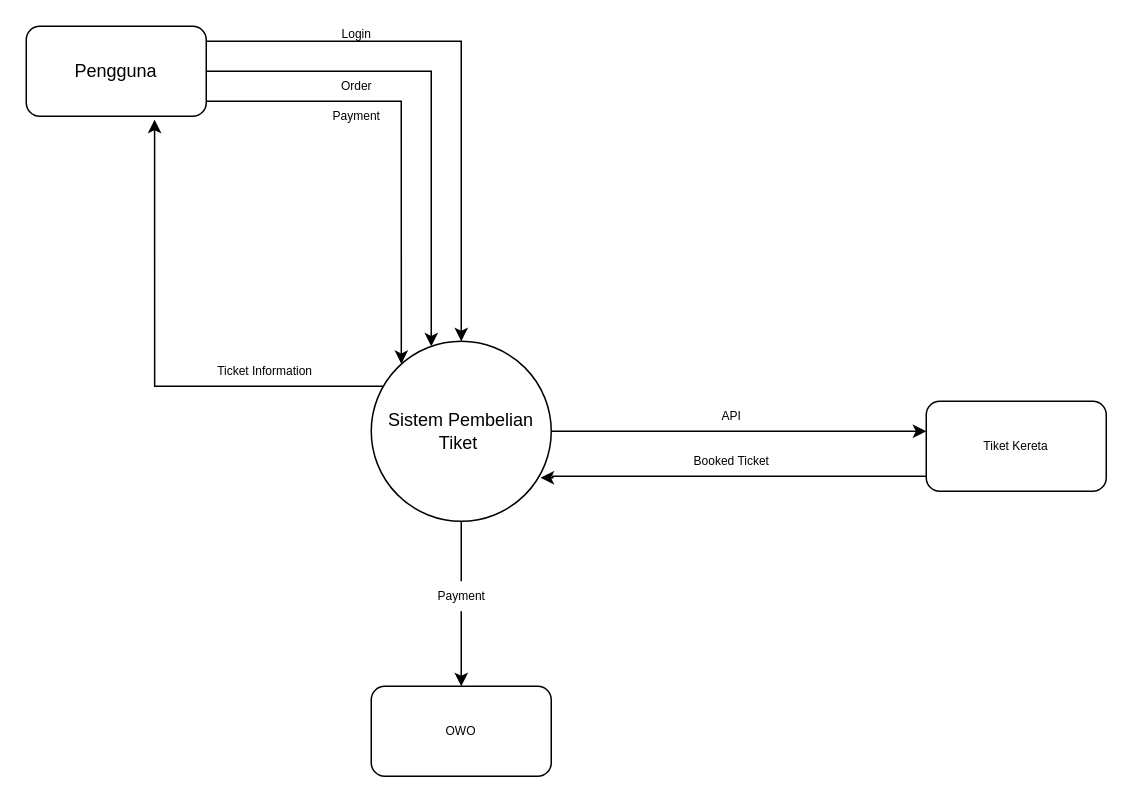
Above: Untitled Diagram.drawio in ROSYIDAN/flow-chart (draw.io), before the change. Source tidied: cells renumbered, new cells numbered last; positions are measured from the earlier drawing's top-left corner, leaving out a move shared by most shapes. Both pictures are drawn from the tidied source at 150%, with x=0, y=0 at pixel (26, 26).
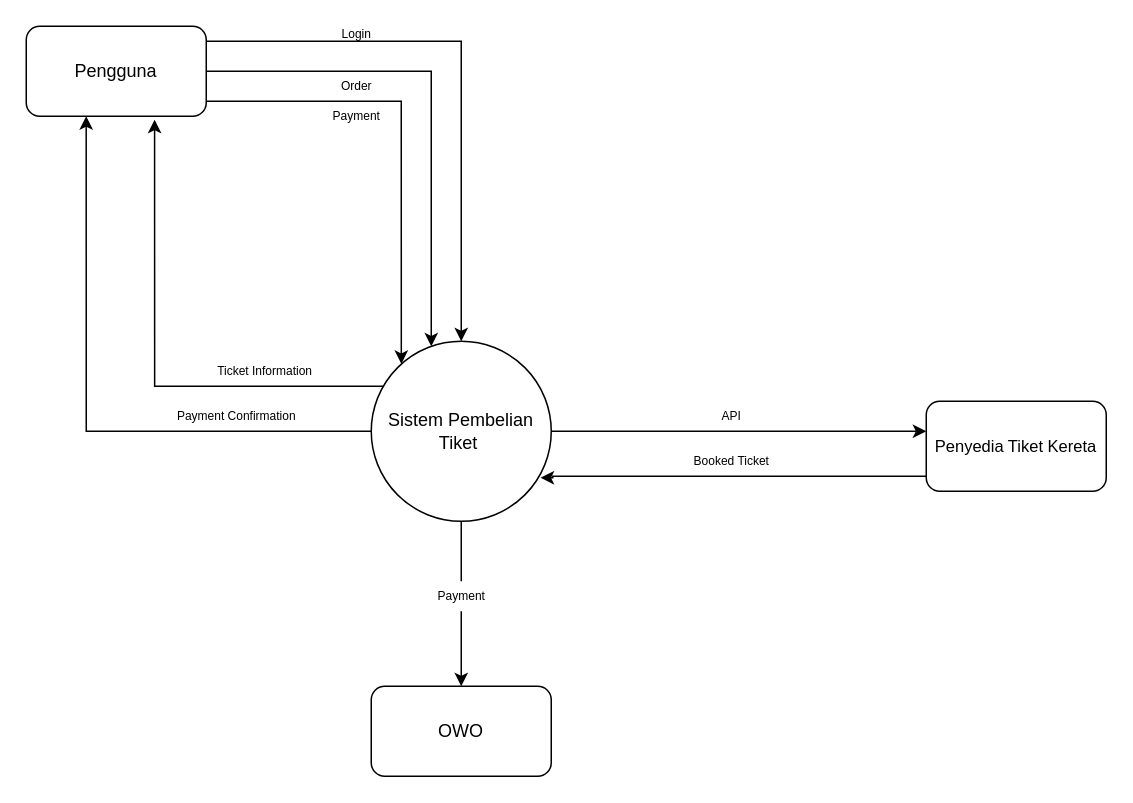
The same diagram, later.

Unchanged cells that the change refers to:
```xml
<mxCell id="5" value="Sistem Pembelian Tiket&amp;nbsp;" style="ellipse;whiteSpace=wrap;html=1;" parent="1" vertex="1">
  <mxGeometry x="230" y="210" width="120" height="120" as="geometry" />
</mxCell>
<mxCell id="9" value="Pengguna" style="rounded=1;whiteSpace=wrap;html=1;" parent="1" vertex="1">
  <mxGeometry width="120" height="60" as="geometry" />
</mxCell>
```

Change to the diagram source:
```diff
@@
+    <mxCell id="21" style="edgeStyle=orthogonalEdgeStyle;rounded=0;jettySize=auto;html=1;fontSize=8;entryX=0.333;entryY=1;entryDx=0;entryDy=0;entryPerimeter=0;" parent="1" edge="1" source="5" target="9">
+      <mxGeometry relative="1" as="geometry">
+        <Array as="points">
+          <mxPoint x="40" y="270" />
+        </Array>
+      </mxGeometry>
+    </mxCell>
@@
-    <mxCell id="14" value="Tiket Kereta" style="rounded=1;whiteSpace=wrap;html=1;fontSize=8;" parent="1" vertex="1">
+    <mxCell id="14" value="&lt;font style=&quot;font-size: 11px&quot;&gt;Penyedia Tiket Kereta&lt;/font&gt;" style="rounded=1;whiteSpace=wrap;html=1;fontSize=8;" parent="1" vertex="1">
       <mxGeometry x="600" y="250" width="120" height="60" as="geometry" />
     </mxCell>
@@
-    <mxCell id="18" value="OWO" style="rounded=1;whiteSpace=wrap;html=1;fontSize=8;" parent="1" vertex="1">
+    <mxCell id="18" value="&lt;font style=&quot;font-size: 12px&quot;&gt;OWO&lt;/font&gt;" style="rounded=1;whiteSpace=wrap;html=1;fontSize=8;" parent="1" vertex="1">
       <mxGeometry x="230" y="440" width="120" height="60" as="geometry" />
     </mxCell>
@@
+    <mxCell id="22" value="Payment Confirmation" style="text;html=1;align=center;verticalAlign=middle;strokeColor=none;fillColor=none;fontSize=8;" parent="1" vertex="1">
+      <mxGeometry x="95" y="250" width="90" height="20" as="geometry" />
+    </mxCell>
```
